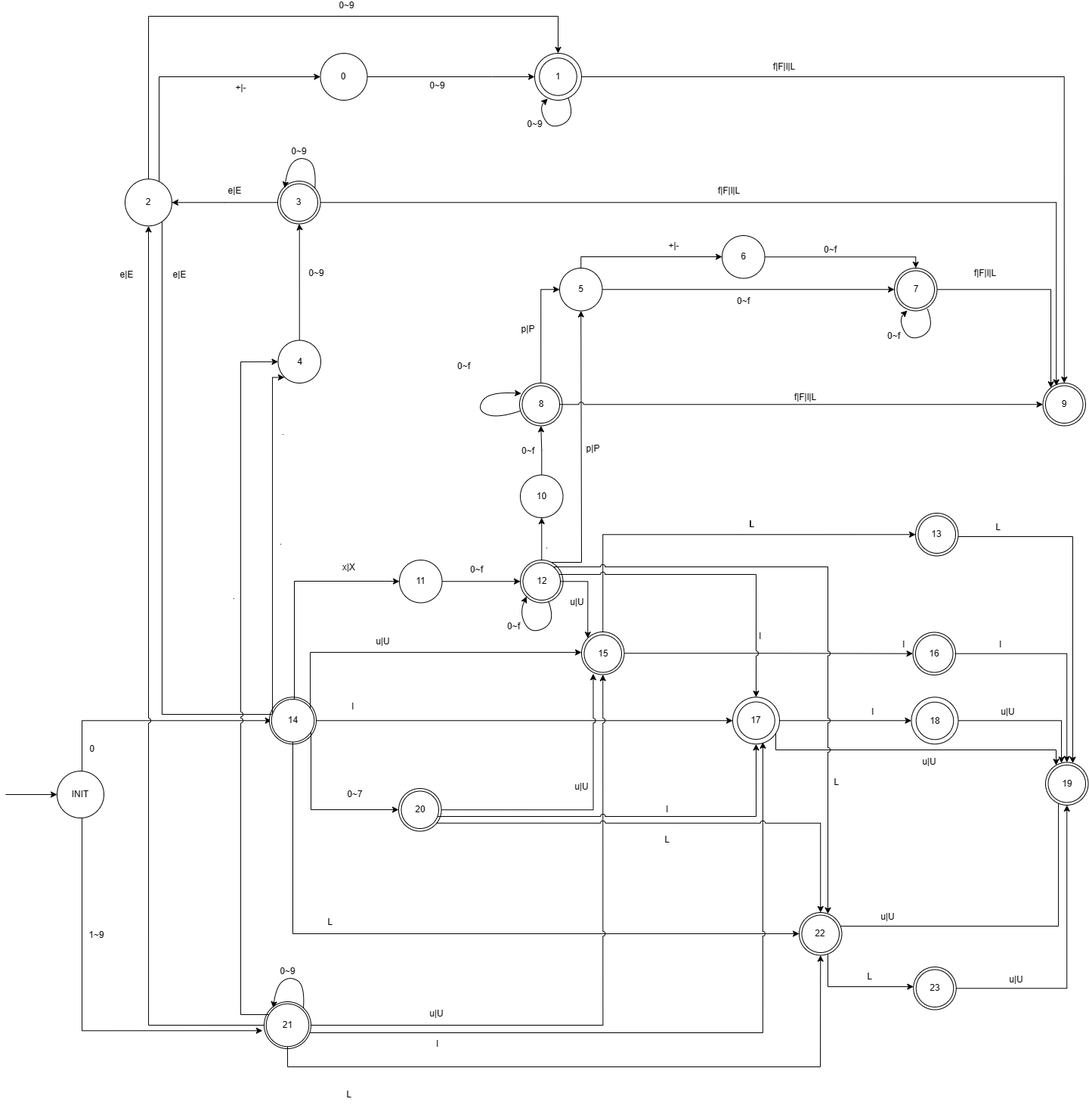
ZYNsama666/BackUp keeps this draw.io diagram as 整数和浮点数.drawio.png. Above is the earlier version. Source tidied: cells renumbered, new cells last; positions are measured from the earlier drawing's top-left corner, leaving out a move shared by most shapes.
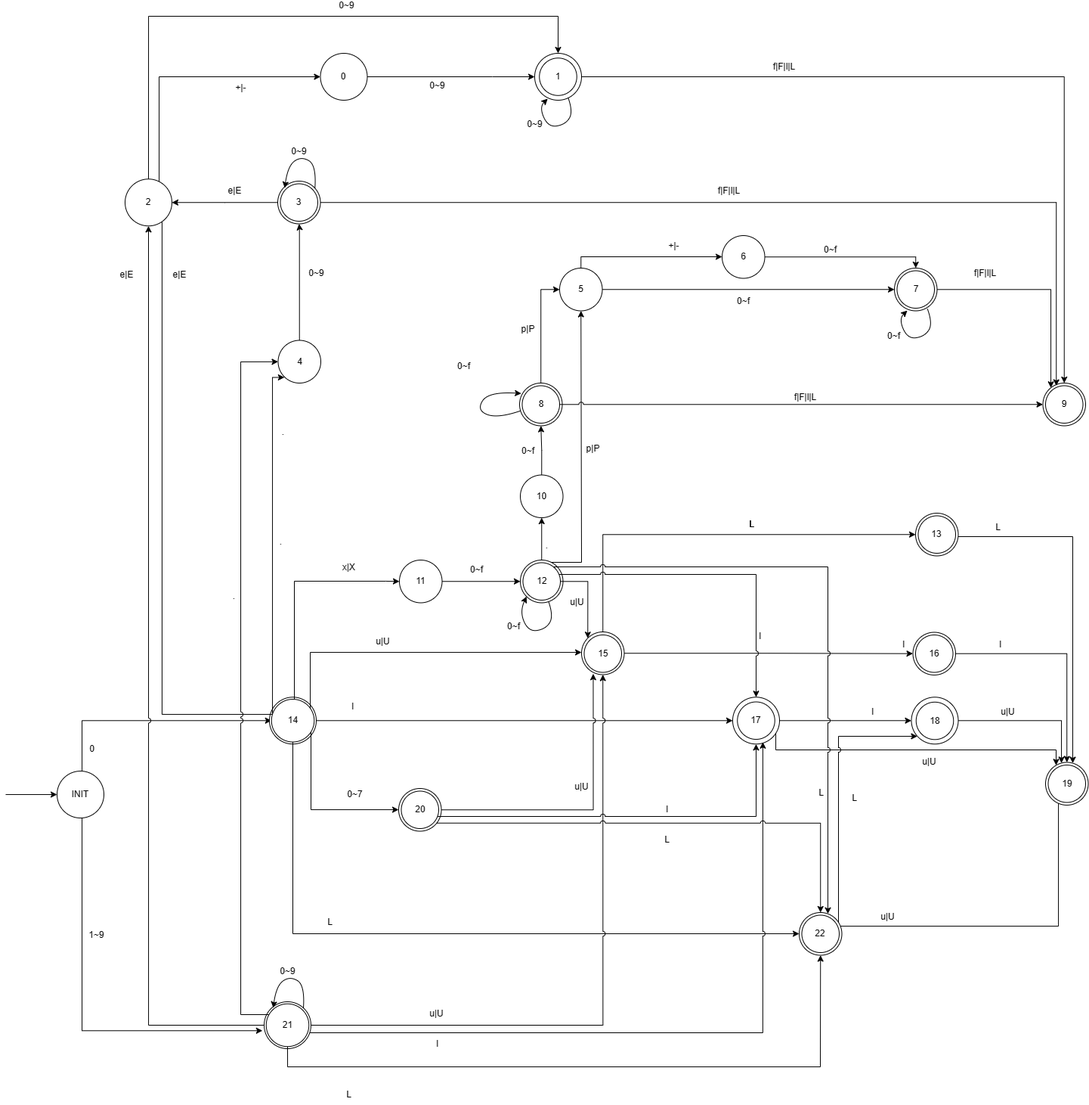
The same diagram one commit later.

Commit message:
更新整数和浮点数.drawio.png

What changed in the source:
```diff
@@ -265,10 +265,10 @@
     <mxCell id="58" value="21" style="ellipse;whiteSpace=wrap;html=1;" parent="1" vertex="1">
       <mxGeometry x="344.8" y="1305.8" width="56.5" height="56.5" as="geometry" />
     </mxCell>
-    <mxCell id="59" style="edgeStyle=orthogonalEdgeStyle;rounded=0;jettySize=auto;html=1;" parent="1" edge="1" source="61" target="64">
+    <mxCell id="59" style="edgeStyle=orthogonalEdgeStyle;rounded=0;jettySize=auto;html=1;jumpStyle=arc;" parent="1" edge="1" source="61" target="70">
       <mxGeometry relative="1" as="geometry">
         <Array as="points">
-          <mxPoint x="1088" y="1283" />
+          <mxPoint x="1102" y="952" />
         </Array>
       </mxGeometry>
     </mxCell>
@@ -286,21 +286,12 @@
     <mxCell id="62" value="L" style="text;html=1;align=center;verticalAlign=middle;strokeColor=none;fillColor=none;" parent="1" vertex="1">
       <mxGeometry x="441" y="1413" width="25" height="26" as="geometry" />
     </mxCell>
-    <mxCell id="63" style="edgeStyle=orthogonalEdgeStyle;rounded=0;jettySize=auto;html=1;" parent="1" edge="1" source="64" target="66">
-      <mxGeometry relative="1" as="geometry" />
-    </mxCell>
-    <mxCell id="64" style="ellipse;whiteSpace=wrap;html=1;" parent="1" vertex="1">
-      <mxGeometry x="1201.2" y="1257" width="56.5" height="56.5" as="geometry" />
-    </mxCell>
     <mxCell id="65" value="L" style="text;html=1;align=center;verticalAlign=middle;strokeColor=none;fillColor=none;" parent="1" vertex="1">
-      <mxGeometry x="1130" y="1257" width="25" height="26" as="geometry" />
+      <mxGeometry x="1111" y="1021" width="25" height="26" as="geometry" />
     </mxCell>
     <mxCell id="66" style="ellipse;whiteSpace=wrap;html=1;" parent="1" vertex="1">
       <mxGeometry x="1376" y="986.5" width="56.5" height="56.5" as="geometry" />
     </mxCell>
-    <mxCell id="67" value="u|U" style="text;html=1;align=center;verticalAlign=middle;strokeColor=none;fillColor=none;" parent="1" vertex="1">
-      <mxGeometry x="1199" y="1260.5" width="36" height="26" as="geometry" />
-    </mxCell>
     <mxCell id="68" value="u|U" style="text;html=1;align=center;verticalAlign=middle;strokeColor=none;fillColor=none;" parent="1" vertex="1">
       <mxGeometry x="1149" y="1178" width="36" height="26" as="geometry" />
     </mxCell>
@@ -366,9 +357,6 @@
     <mxCell id="86" value="22" style="ellipse;whiteSpace=wrap;html=1;" parent="1" vertex="1">
       <mxGeometry x="1053.5" y="1188.5" width="49.5" height="49.5" as="geometry" />
     </mxCell>
-    <mxCell id="87" value="23" style="ellipse;whiteSpace=wrap;html=1;" parent="1" vertex="1">
-      <mxGeometry x="1204.8" y="1260.5" width="49.5" height="49.5" as="geometry" />
-    </mxCell>
     <mxCell id="88" value="18" style="ellipse;whiteSpace=wrap;html=1;" parent="1" vertex="1">
       <mxGeometry x="1204.8" y="906.8" width="49.5" height="49.5" as="geometry" />
     </mxCell>
@@ -643,14 +631,11 @@
     <mxCell id="151" value="u|U" style="text;html=1;align=center;verticalAlign=middle;strokeColor=none;fillColor=none;" parent="1" vertex="1">
       <mxGeometry x="1308" y="906.5" width="36" height="26" as="geometry" />
     </mxCell>
-    <mxCell id="152" value="u|U" style="text;html=1;align=center;verticalAlign=middle;strokeColor=none;fillColor=none;" parent="1" vertex="1">
-      <mxGeometry x="1319" y="1260.5" width="36" height="26" as="geometry" />
-    </mxCell>
     <mxCell id="153" value="L" style="edgeLabel;html=1;align=center;verticalAlign=middle;" parent="1" vertex="1">
       <mxGeometry x="874.8" y="1088.8" as="geometry" />
     </mxCell>
     <mxCell id="154" value="L" style="edgeLabel;html=1;align=center;verticalAlign=middle;" parent="1" vertex="1">
-      <mxGeometry x="884.8" y="1098.8" as="geometry">
+      <mxGeometry x="864" y="1112" as="geometry">
         <mxPoint x="214" y="-86" as="offset" />
       </mxGeometry>
     </mxCell>
```
